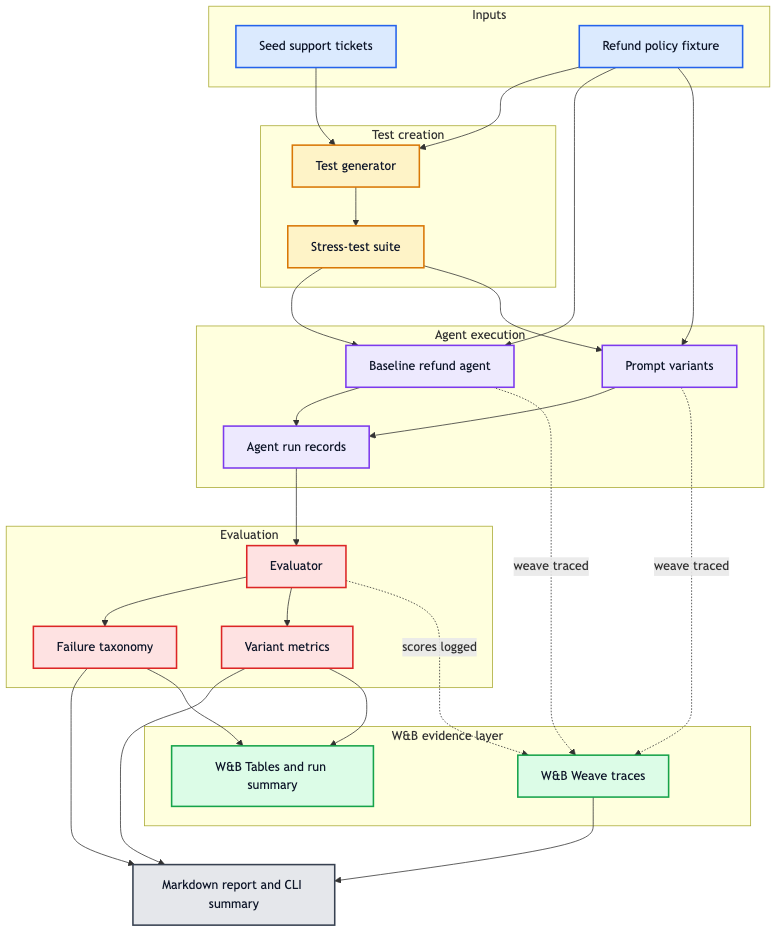
Earlier version of the Mermaid export docs/diagrams/agent-qa-lab-flow.png (vyahhi/swarm-checkup). Its source is kept beside it as docs/diagrams/agent-qa-lab-flow.mmd.
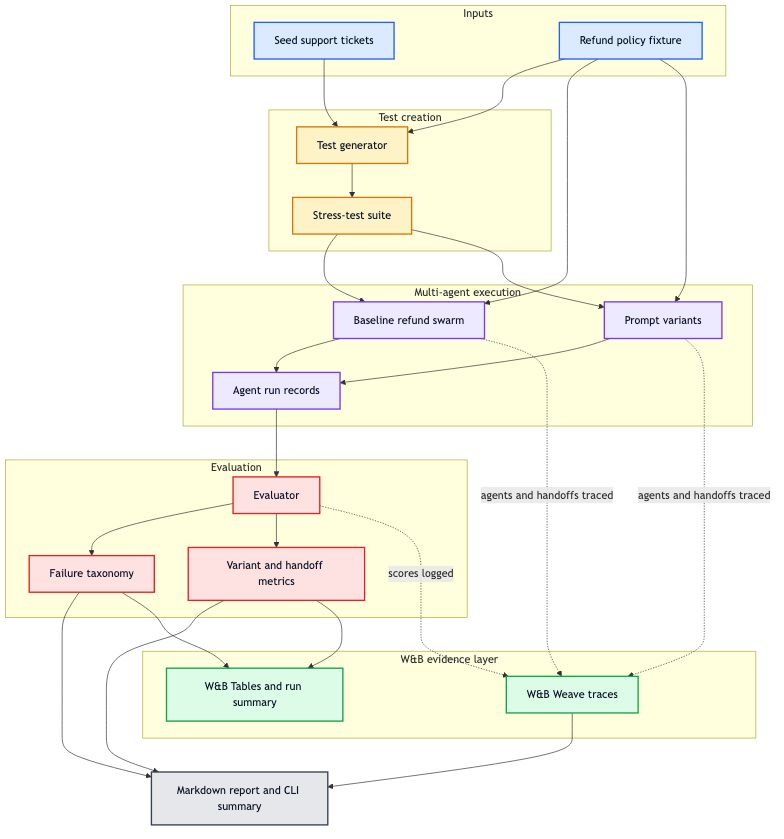
The same diagram one commit later.

Change to the diagram source:
```diff
@@ -9,8 +9,8 @@
         C[Stress-test suite]
     end
 
-    subgraph Execution[Agent execution]
-        D[Baseline refund agent]
+    subgraph Execution[Multi-agent execution]
+        D[Baseline refund swarm]
         E[Prompt variants]
         F[Agent run records]
     end
@@ -18,7 +18,7 @@
     subgraph Evaluation[Evaluation]
         G[Evaluator]
         H[Failure taxonomy]
-        I[Variant metrics]
+        I[Variant and handoff metrics]
     end
 
     subgraph Evidence[W&B evidence layer]
@@ -40,8 +40,8 @@
     F --> G
     G --> H
     G --> I
-    D -. "weave traced" .-> W
-    E -. "weave traced" .-> W
+    D -. "agents and handoffs traced" .-> W
+    E -. "agents and handoffs traced" .-> W
     G -. "scores logged" .-> W
     H --> J
     I --> J
```
